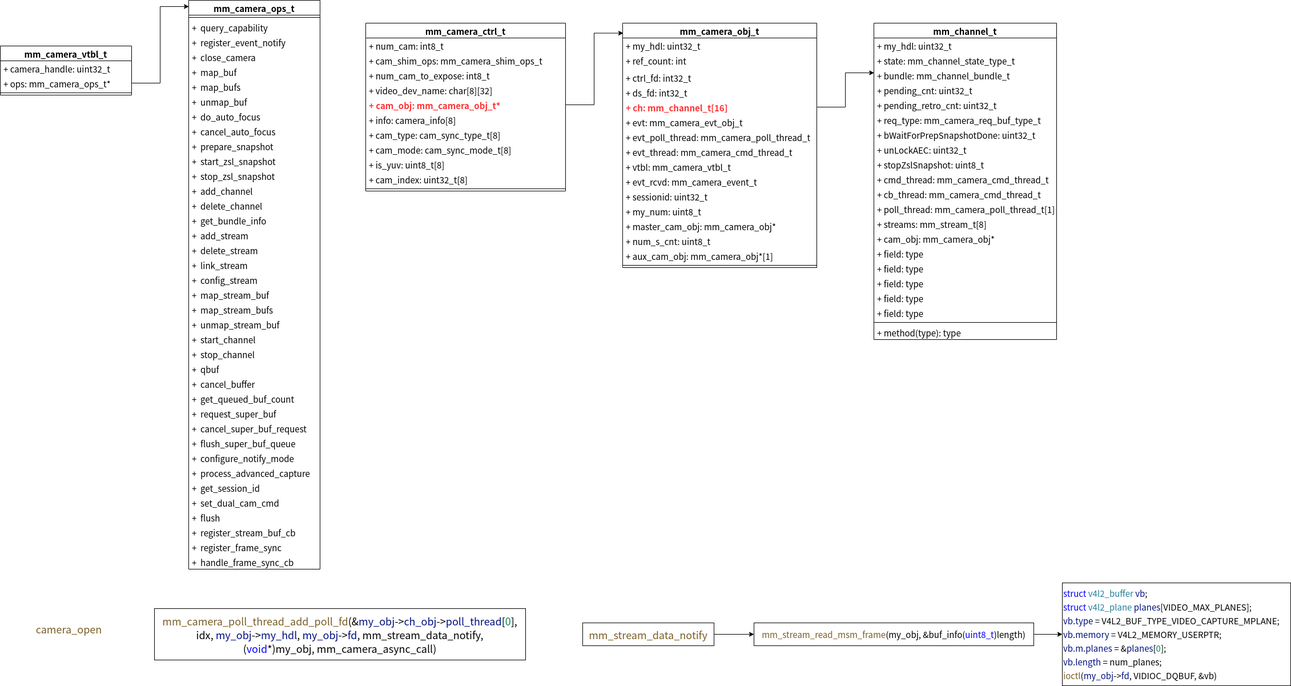
Above: qcom qcamera2.png in zhangmeizhen/test2 (draw.io), before the change. Source tidied: cells renumbered, new cells last; positions are measured from the earlier drawing's top-left corner, leaving out a move shared by most shapes.
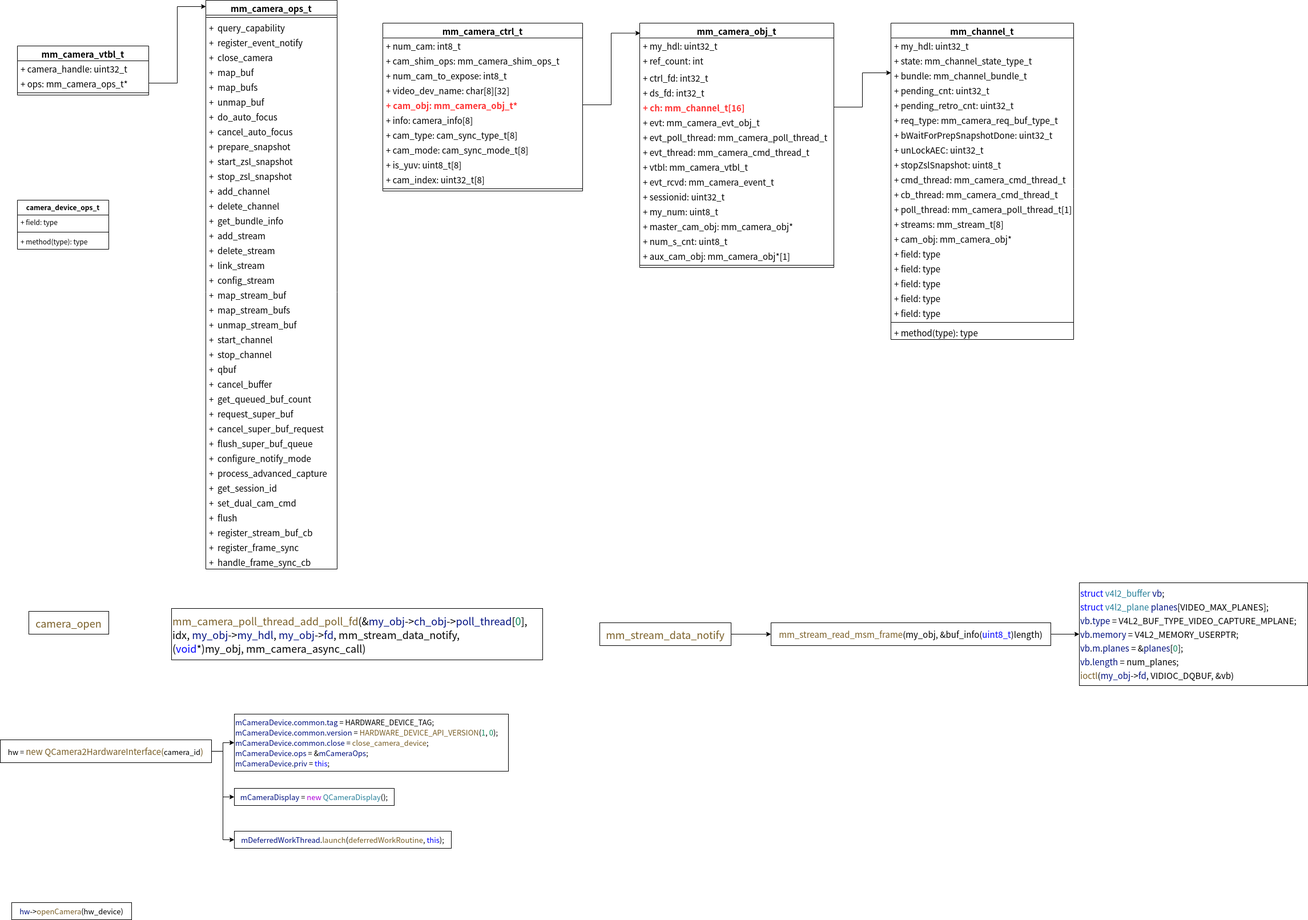
After the change.

What changed in the source:
```diff
@@ -11,7 +11,7 @@
     <mxCell id="4" value="&lt;div style=&quot;background-color: rgb(255, 255, 255); font-family: &amp;quot;Droid Sans Mono&amp;quot;, monospace, monospace, &amp;quot;Droid Sans Fallback&amp;quot;; font-size: 15px; line-height: 24px;&quot;&gt;&lt;div style=&quot;font-family: &amp;quot;Droid Sans Mono&amp;quot;, monospace, monospace, &amp;quot;Droid Sans Fallback&amp;quot;; line-height: 24px;&quot;&gt;&lt;div&gt;  &lt;span style=&quot;color: #0000ff;&quot;&gt;struct&lt;/span&gt; &lt;span style=&quot;color: #267f99;&quot;&gt;v4l2_buffer&lt;/span&gt; &lt;span style=&quot;color: #001080;&quot;&gt;vb&lt;/span&gt;;&lt;/div&gt;&lt;div&gt;    &lt;span style=&quot;color: #0000ff;&quot;&gt;struct&lt;/span&gt; &lt;span style=&quot;color: #267f99;&quot;&gt;v4l2_plane&lt;/span&gt; &lt;span style=&quot;color: #001080;&quot;&gt;planes&lt;/span&gt;[VIDEO_MAX_PLANES];&lt;/div&gt;&lt;div&gt;&lt;div style=&quot;font-family: &amp;quot;Droid Sans Mono&amp;quot;, monospace, monospace, &amp;quot;Droid Sans Fallback&amp;quot;; line-height: 24px;&quot;&gt;&lt;div&gt; &lt;span style=&quot;color: #001080;&quot;&gt;vb&lt;/span&gt;.&lt;span style=&quot;color: #001080;&quot;&gt;type&lt;/span&gt; = V4L2_BUF_TYPE_VIDEO_CAPTURE_MPLANE;&lt;/div&gt;&lt;div&gt;    &lt;span style=&quot;color: #001080;&quot;&gt;vb&lt;/span&gt;.&lt;span style=&quot;color: #001080;&quot;&gt;memory&lt;/span&gt; = V4L2_MEMORY_USERPTR;&lt;/div&gt;&lt;div&gt;    &lt;span style=&quot;color: #001080;&quot;&gt;vb&lt;/span&gt;.&lt;span style=&quot;color: #001080;&quot;&gt;m&lt;/span&gt;.&lt;span style=&quot;color: #001080;&quot;&gt;planes&lt;/span&gt; = &amp;amp;&lt;span style=&quot;color: #001080;&quot;&gt;planes&lt;/span&gt;[&lt;span style=&quot;color: #098658;&quot;&gt;0&lt;/span&gt;];&lt;/div&gt;&lt;div&gt;    &lt;span style=&quot;color: #001080;&quot;&gt;vb&lt;/span&gt;.&lt;span style=&quot;color: #001080;&quot;&gt;length&lt;/span&gt; = num_planes;&lt;/div&gt;&lt;div&gt;&lt;div style=&quot;font-family: &amp;quot;Droid Sans Mono&amp;quot;, monospace, monospace, &amp;quot;Droid Sans Fallback&amp;quot;; line-height: 24px;&quot;&gt;&lt;span style=&quot;color: #795e26;&quot;&gt;ioctl&lt;/span&gt;(&lt;span style=&quot;color: #001080;&quot;&gt;my_obj&lt;/span&gt;-&amp;gt;&lt;span style=&quot;color: #001080;&quot;&gt;fd&lt;/span&gt;, VIDIOC_DQBUF, &amp;amp;vb)&lt;/div&gt;&lt;/div&gt;&lt;/div&gt;&lt;/div&gt;&lt;/div&gt;&lt;/div&gt;" style="rounded=0;whiteSpace=wrap;html=1;align=left;" parent="1" vertex="1">
       <mxGeometry x="1860" y="1020" width="400" height="180" as="geometry" />
     </mxCell>
-    <mxCell id="5" value="&lt;div style=&quot;background-color: rgb(255, 255, 255); font-family: &amp;quot;Droid Sans Mono&amp;quot;, monospace, monospace, &amp;quot;Droid Sans Fallback&amp;quot;; font-size: 15px; line-height: 24px;&quot;&gt;&lt;div style=&quot;font-family: &amp;quot;Droid Sans Mono&amp;quot;, monospace, monospace, &amp;quot;Droid Sans Fallback&amp;quot;; font-size: 18px; line-height: 24px;&quot;&gt;&lt;div style=&quot;font-family: &amp;quot;Droid Sans Mono&amp;quot;, monospace, monospace, &amp;quot;Droid Sans Fallback&amp;quot;; line-height: 24px;&quot;&gt;&lt;div&gt;&lt;span style=&quot;color: #795e26;&quot;&gt;mm_camera_poll_thread_add_poll_fd&lt;/span&gt;(&amp;amp;&lt;span style=&quot;color: #001080;&quot;&gt;my_obj&lt;/span&gt;-&amp;gt;&lt;span style=&quot;color: #001080;&quot;&gt;ch_obj&lt;/span&gt;-&amp;gt;&lt;span style=&quot;color: #001080;&quot;&gt;poll_thread&lt;/span&gt;[&lt;span style=&quot;color: #098658;&quot;&gt;0&lt;/span&gt;],&lt;/div&gt;&lt;div&gt;                idx, &lt;span style=&quot;color: #001080;&quot;&gt;my_obj&lt;/span&gt;-&amp;gt;&lt;span style=&quot;color: #001080;&quot;&gt;my_hdl&lt;/span&gt;, &lt;span style=&quot;color: #001080;&quot;&gt;my_obj&lt;/span&gt;-&amp;gt;&lt;span style=&quot;color: #001080;&quot;&gt;fd&lt;/span&gt;, mm_stream_data_notify,&lt;/div&gt;&lt;div&gt;                (&lt;span style=&quot;color: #0000ff;&quot;&gt;void&lt;/span&gt;*)my_obj, mm_camera_async_call)&lt;/div&gt;&lt;/div&gt;&lt;/div&gt;&lt;/div&gt;" style="rounded=0;whiteSpace=wrap;html=1;" parent="1" vertex="1">
+    <mxCell id="5" value="&lt;div style=&quot;background-color: rgb(255, 255, 255); font-family: &amp;quot;Droid Sans Mono&amp;quot;, monospace, monospace, &amp;quot;Droid Sans Fallback&amp;quot;; font-size: 15px; line-height: 24px;&quot;&gt;&lt;div style=&quot;font-family: &amp;quot;Droid Sans Mono&amp;quot;, monospace, monospace, &amp;quot;Droid Sans Fallback&amp;quot;; font-size: 18px; line-height: 24px;&quot;&gt;&lt;div style=&quot;font-family: &amp;quot;Droid Sans Mono&amp;quot;, monospace, monospace, &amp;quot;Droid Sans Fallback&amp;quot;; line-height: 24px;&quot;&gt;&lt;div&gt;&lt;span style=&quot;color: #795e26;&quot;&gt;mm_camera_poll_thread_add_poll_fd&lt;/span&gt;(&amp;amp;&lt;span style=&quot;color: #001080;&quot;&gt;my_obj&lt;/span&gt;-&amp;gt;&lt;span style=&quot;color: #001080;&quot;&gt;ch_obj&lt;/span&gt;-&amp;gt;&lt;span style=&quot;color: #001080;&quot;&gt;poll_thread&lt;/span&gt;[&lt;span style=&quot;color: #098658;&quot;&gt;0&lt;/span&gt;],&lt;/div&gt;&lt;div&gt;                idx, &lt;span style=&quot;color: #001080;&quot;&gt;my_obj&lt;/span&gt;-&amp;gt;&lt;span style=&quot;color: #001080;&quot;&gt;my_hdl&lt;/span&gt;, &lt;span style=&quot;color: #001080;&quot;&gt;my_obj&lt;/span&gt;-&amp;gt;&lt;span style=&quot;color: #001080;&quot;&gt;fd&lt;/span&gt;, mm_stream_data_notify,&lt;/div&gt;&lt;div&gt;                (&lt;span style=&quot;color: #0000ff;&quot;&gt;void&lt;/span&gt;*)my_obj, mm_camera_async_call)&lt;/div&gt;&lt;/div&gt;&lt;/div&gt;&lt;/div&gt;" style="rounded=0;whiteSpace=wrap;html=1;align=left;" parent="1" vertex="1">
       <mxGeometry x="270" y="1065" width="650" height="90" as="geometry" />
     </mxCell>
     <mxCell id="6" style="edgeStyle=orthogonalEdgeStyle;rounded=0;jettySize=auto;html=1;entryX=0;entryY=0.5;entryDx=0;entryDy=0;fontSize=15;" parent="1" edge="1" source="7" target="3">
@@ -20,8 +20,8 @@
     <mxCell id="7" value="&lt;div style=&quot;background-color: rgb(255, 255, 255); font-family: &amp;quot;Droid Sans Mono&amp;quot;, monospace, monospace, &amp;quot;Droid Sans Fallback&amp;quot;; font-size: 15px; line-height: 24px;&quot;&gt;&lt;div style=&quot;font-family: &amp;quot;Droid Sans Mono&amp;quot;, monospace, monospace, &amp;quot;Droid Sans Fallback&amp;quot;; font-size: 18px; line-height: 24px;&quot;&gt;&lt;span style=&quot;color: #795e26;&quot;&gt;mm_stream_data_notify&lt;/span&gt;&lt;/div&gt;&lt;/div&gt;" style="rounded=0;whiteSpace=wrap;html=1;" parent="1" vertex="1">
       <mxGeometry x="1020" y="1090" width="230" height="40" as="geometry" />
     </mxCell>
-    <mxCell id="8" value="&lt;div style=&quot;background-color: rgb(255, 255, 255); font-family: &amp;quot;Droid Sans Mono&amp;quot;, monospace, monospace, &amp;quot;Droid Sans Fallback&amp;quot;; font-size: 18px; line-height: 24px;&quot;&gt;&lt;span style=&quot;color: #795e26;&quot;&gt;camera_open&lt;/span&gt;&lt;/div&gt;" style="text;html=1;align=center;verticalAlign=middle;strokeColor=none;fillColor=none;fontSize=15;" parent="1" vertex="1">
-      <mxGeometry x="50" y="1080" width="140" height="40" as="geometry" />
+    <mxCell id="8" value="&lt;div style=&quot;background-color: rgb(255, 255, 255); font-family: &amp;quot;Droid Sans Mono&amp;quot;, monospace, monospace, &amp;quot;Droid Sans Fallback&amp;quot;; font-size: 18px; line-height: 24px;&quot;&gt;&lt;br&gt;&lt;/div&gt;" style="text;html=1;align=center;verticalAlign=middle;strokeColor=none;fillColor=none;fontSize=15;" parent="1" vertex="1">
+      <mxGeometry x="110" y="1080" width="20" height="40" as="geometry" />
     </mxCell>
     <mxCell id="9" value="mm_camera_vtbl_t" style="swimlane;fontStyle=1;align=center;verticalAlign=top;horizontal=1;startSize=26;fontSize=15;" parent="1" vertex="1">
       <mxGeometry y="80" width="230" height="86" as="geometry" />
@@ -314,5 +314,47 @@
     <mxCell id="105" style="edgeStyle=orthogonalEdgeStyle;rounded=0;jettySize=auto;html=1;entryX=0.003;entryY=0.041;entryDx=0;entryDy=0;entryPerimeter=0;fontSize=15;fontColor=#000000;" parent="1" edge="1" source="98" target="53">
       <mxGeometry relative="1" as="geometry" />
     </mxCell>
+    <mxCell id="106" value="camera_device_ops_t" style="swimlane;fontStyle=1;align=center;verticalAlign=top;horizontal=1;startSize=26;" parent="1" vertex="1">
+      <mxGeometry y="350" width="160" height="86" as="geometry" />
+    </mxCell>
+    <mxCell id="107" value="+ field: type" style="text;strokeColor=none;fillColor=none;align=left;verticalAlign=top;spacingLeft=4;spacingRight=4;overflow=hidden;" parent="106" vertex="1">
+      <mxGeometry y="26" width="160" height="26" as="geometry" />
+    </mxCell>
+    <mxCell id="108" style="line;strokeWidth=1;fillColor=none;align=left;verticalAlign=middle;spacingTop=-1;spacingLeft=3;spacingRight=3;labelPosition=right;" parent="106" vertex="1">
+      <mxGeometry y="52" width="160" height="8" as="geometry" />
+    </mxCell>
+    <mxCell id="109" value="+ method(type): type" style="text;strokeColor=none;fillColor=none;align=left;verticalAlign=top;spacingLeft=4;spacingRight=4;overflow=hidden;" parent="106" vertex="1">
+      <mxGeometry y="60" width="160" height="26" as="geometry" />
+    </mxCell>
+    <mxCell id="110" value="&lt;div style=&quot;background-color: rgb(255, 255, 255); font-family: &amp;quot;Droid Sans Mono&amp;quot;, &amp;quot;monospace&amp;quot;, monospace, &amp;quot;Droid Sans Fallback&amp;quot;; line-height: 18px;&quot;&gt;&lt;br&gt;&lt;/div&gt;" style="text;html=1;align=center;verticalAlign=middle;strokeColor=none;fillColor=none;" parent="1" vertex="1">
+      <mxGeometry x="180" y="1350" width="20" height="30" as="geometry" />
+    </mxCell>
+    <mxCell id="111" value="&lt;div style=&quot;background-color: rgb(255, 255, 255); font-family: &amp;quot;Droid Sans Mono&amp;quot;, monospace, monospace, &amp;quot;Droid Sans Fallback&amp;quot;; font-size: 15px; line-height: 24px;&quot;&gt;&lt;div style=&quot;font-family: &amp;quot;Droid Sans Mono&amp;quot;, monospace, monospace, &amp;quot;Droid Sans Fallback&amp;quot;; font-size: 18px; line-height: 24px;&quot;&gt;&lt;div style=&quot;font-family: &amp;quot;Droid Sans Mono&amp;quot;, monospace, monospace, &amp;quot;Droid Sans Fallback&amp;quot;; line-height: 24px;&quot;&gt;&lt;div style=&quot;font-family: &amp;quot;Droid Sans Mono&amp;quot;, &amp;quot;monospace&amp;quot;, monospace, &amp;quot;Droid Sans Fallback&amp;quot;; font-size: 13px; line-height: 18px;&quot;&gt;&lt;div&gt; &lt;span style=&quot;color: #001080;&quot;&gt;mCameraDevice&lt;/span&gt;.&lt;span style=&quot;color: #001080;&quot;&gt;common&lt;/span&gt;.&lt;span style=&quot;color: #001080;&quot;&gt;tag&lt;/span&gt; = HARDWARE_DEVICE_TAG;&lt;/div&gt;&lt;div&gt;    &lt;span style=&quot;color: #001080;&quot;&gt;mCameraDevice&lt;/span&gt;.&lt;span style=&quot;color: #001080;&quot;&gt;common&lt;/span&gt;.&lt;span style=&quot;color: #001080;&quot;&gt;version&lt;/span&gt; = &lt;span style=&quot;color: #795e26;&quot;&gt;HARDWARE_DEVICE_API_VERSION&lt;/span&gt;(&lt;span style=&quot;color: #098658;&quot;&gt;1&lt;/span&gt;, &lt;span style=&quot;color: #098658;&quot;&gt;0&lt;/span&gt;);&lt;/div&gt;&lt;div&gt;    &lt;span style=&quot;color: #001080;&quot;&gt;mCameraDevice&lt;/span&gt;.&lt;span style=&quot;color: #001080;&quot;&gt;common&lt;/span&gt;.&lt;span style=&quot;color: #001080;&quot;&gt;close&lt;/span&gt; = &lt;span style=&quot;color: #795e26;&quot;&gt;close_camera_device&lt;/span&gt;;&lt;/div&gt;&lt;div&gt;    &lt;span style=&quot;color: #001080;&quot;&gt;mCameraDevice&lt;/span&gt;.&lt;span style=&quot;color: #001080;&quot;&gt;ops&lt;/span&gt; = &amp;amp;&lt;span style=&quot;color: #001080;&quot;&gt;mCameraOps&lt;/span&gt;;&lt;/div&gt;&lt;div&gt;    &lt;span style=&quot;color: #001080;&quot;&gt;mCameraDevice&lt;/span&gt;.&lt;span style=&quot;color: #001080;&quot;&gt;priv&lt;/span&gt; = &lt;span style=&quot;color: #0000ff;&quot;&gt;this&lt;/span&gt;;&lt;/div&gt;&lt;/div&gt;&lt;/div&gt;&lt;/div&gt;&lt;/div&gt;" style="rounded=0;whiteSpace=wrap;html=1;align=left;" parent="1" vertex="1">
+      <mxGeometry x="380" y="1250" width="480" height="100" as="geometry" />
+    </mxCell>
+    <mxCell id="112" style="edgeStyle=orthogonalEdgeStyle;rounded=0;jettySize=auto;html=1;fontSize=15;" parent="1" edge="1" source="115" target="111">
+      <mxGeometry relative="1" as="geometry" />
+    </mxCell>
+    <mxCell id="113" style="edgeStyle=orthogonalEdgeStyle;rounded=0;jettySize=auto;html=1;entryX=0;entryY=0.5;entryDx=0;entryDy=0;fontSize=15;" parent="1" edge="1" source="115" target="117">
+      <mxGeometry relative="1" as="geometry" />
+    </mxCell>
+    <mxCell id="114" style="edgeStyle=orthogonalEdgeStyle;rounded=0;jettySize=auto;html=1;entryX=0;entryY=0.5;entryDx=0;entryDy=0;fontSize=15;" parent="1" edge="1" source="115" target="118">
+      <mxGeometry relative="1" as="geometry" />
+    </mxCell>
+    <mxCell id="115" value="&lt;div style=&quot;background-color: rgb(255, 255, 255); font-family: &amp;quot;Droid Sans Mono&amp;quot;, monospace, monospace, &amp;quot;Droid Sans Fallback&amp;quot;; font-size: 15px; line-height: 24px;&quot;&gt;&lt;div style=&quot;font-family: &amp;quot;Droid Sans Mono&amp;quot;, monospace, monospace, &amp;quot;Droid Sans Fallback&amp;quot;; font-size: 18px; line-height: 24px;&quot;&gt;&lt;div style=&quot;font-family: &amp;quot;Droid Sans Mono&amp;quot;, monospace, monospace, &amp;quot;Droid Sans Fallback&amp;quot;; line-height: 24px;&quot;&gt;&lt;span style=&quot;font-family: &amp;quot;Droid Sans Mono&amp;quot;, &amp;quot;monospace&amp;quot;, monospace, &amp;quot;Droid Sans Fallback&amp;quot;; font-size: 13px;&quot;&gt;hw =&amp;nbsp;&lt;/span&gt;&lt;span style=&quot;color: rgb(121, 94, 38); font-family: &amp;quot;Droid Sans Mono&amp;quot;, &amp;quot;monospace&amp;quot;, monospace, &amp;quot;Droid Sans Fallback&amp;quot;; font-size: 15px;&quot;&gt;new QCamera2HardwareInterface(&lt;/span&gt;&lt;span style=&quot;font-family: &amp;quot;Droid Sans Mono&amp;quot;, &amp;quot;monospace&amp;quot;, monospace, &amp;quot;Droid Sans Fallback&amp;quot;; font-size: 13px;&quot;&gt;camera_id&lt;/span&gt;&lt;span style=&quot;color: rgb(121, 94, 38); font-family: &amp;quot;Droid Sans Mono&amp;quot;, &amp;quot;monospace&amp;quot;, monospace, &amp;quot;Droid Sans Fallback&amp;quot;; font-size: 15px;&quot;&gt;)&lt;/span&gt;&lt;/div&gt;&lt;/div&gt;&lt;/div&gt;" style="rounded=0;whiteSpace=wrap;html=1;" parent="1" vertex="1">
+      <mxGeometry x="-30" y="1295" width="370" height="40" as="geometry" />
+    </mxCell>
+    <mxCell id="116" value="&lt;div style=&quot;background-color: rgb(255, 255, 255); font-family: &amp;quot;Droid Sans Mono&amp;quot;, monospace, monospace, &amp;quot;Droid Sans Fallback&amp;quot;; font-size: 15px; line-height: 24px;&quot;&gt;&lt;div style=&quot;font-family: &amp;quot;Droid Sans Mono&amp;quot;, monospace, monospace, &amp;quot;Droid Sans Fallback&amp;quot;; font-size: 18px; line-height: 24px;&quot;&gt;&lt;div style=&quot;font-family: &amp;quot;Droid Sans Mono&amp;quot;, monospace, monospace, &amp;quot;Droid Sans Fallback&amp;quot;; line-height: 24px;&quot;&gt;&lt;span style=&quot;color: rgb(121, 94, 38);&quot;&gt;camera_open&lt;/span&gt;&lt;br&gt;&lt;/div&gt;&lt;/div&gt;&lt;/div&gt;" style="rounded=0;whiteSpace=wrap;html=1;" parent="1" vertex="1">
+      <mxGeometry x="20" y="1070" width="140" height="40" as="geometry" />
+    </mxCell>
+    <mxCell id="117" value="&lt;div style=&quot;background-color: rgb(255, 255, 255); font-family: &amp;quot;Droid Sans Mono&amp;quot;, monospace, monospace, &amp;quot;Droid Sans Fallback&amp;quot;; font-size: 15px; line-height: 24px;&quot;&gt;&lt;div style=&quot;font-family: &amp;quot;Droid Sans Mono&amp;quot;, monospace, monospace, &amp;quot;Droid Sans Fallback&amp;quot;; font-size: 18px; line-height: 24px;&quot;&gt;&lt;div style=&quot;font-family: &amp;quot;Droid Sans Mono&amp;quot;, monospace, monospace, &amp;quot;Droid Sans Fallback&amp;quot;; line-height: 24px;&quot;&gt;&lt;div style=&quot;font-family: &amp;quot;Droid Sans Mono&amp;quot;, &amp;quot;monospace&amp;quot;, monospace, &amp;quot;Droid Sans Fallback&amp;quot;; font-size: 13px; line-height: 18px;&quot;&gt;  &lt;span style=&quot;color: #001080;&quot;&gt;mCameraDisplay&lt;/span&gt; = &lt;span style=&quot;color: #af00db;&quot;&gt;new&lt;/span&gt; &lt;span style=&quot;color: #267f99;&quot;&gt;QCameraDisplay&lt;/span&gt;();&lt;/div&gt;&lt;/div&gt;&lt;/div&gt;&lt;/div&gt;" style="rounded=0;whiteSpace=wrap;html=1;" parent="1" vertex="1">
+      <mxGeometry x="380" y="1380" width="280" height="30" as="geometry" />
+    </mxCell>
+    <mxCell id="118" value="&lt;div style=&quot;background-color: rgb(255, 255, 255); font-family: &amp;quot;Droid Sans Mono&amp;quot;, monospace, monospace, &amp;quot;Droid Sans Fallback&amp;quot;; font-size: 15px; line-height: 24px;&quot;&gt;&lt;div style=&quot;font-family: &amp;quot;Droid Sans Mono&amp;quot;, monospace, monospace, &amp;quot;Droid Sans Fallback&amp;quot;; font-size: 18px; line-height: 24px;&quot;&gt;&lt;div style=&quot;font-family: &amp;quot;Droid Sans Mono&amp;quot;, monospace, monospace, &amp;quot;Droid Sans Fallback&amp;quot;; line-height: 24px;&quot;&gt;&lt;div style=&quot;font-family: &amp;quot;Droid Sans Mono&amp;quot;, &amp;quot;monospace&amp;quot;, monospace, &amp;quot;Droid Sans Fallback&amp;quot;; font-size: 13px; line-height: 18px;&quot;&gt;&lt;div style=&quot;line-height: 18px;&quot;&gt;&lt;span style=&quot;color: #001080;&quot;&gt;mDeferredWorkThread&lt;/span&gt;.&lt;span style=&quot;color: #795e26;&quot;&gt;launch&lt;/span&gt;(&lt;span style=&quot;color: #795e26;&quot;&gt;deferredWorkRoutine&lt;/span&gt;, &lt;span style=&quot;color: #0000ff;&quot;&gt;this&lt;/span&gt;);&lt;/div&gt;&lt;/div&gt;&lt;/div&gt;&lt;/div&gt;&lt;/div&gt;" style="rounded=0;whiteSpace=wrap;html=1;" parent="1" vertex="1">
+      <mxGeometry x="380" y="1455" width="380" height="30" as="geometry" />
+    </mxCell>
+    <mxCell id="119" value="&lt;div style=&quot;background-color: rgb(255, 255, 255); font-family: &amp;quot;Droid Sans Mono&amp;quot;, monospace, monospace, &amp;quot;Droid Sans Fallback&amp;quot;; font-size: 15px; line-height: 24px;&quot;&gt;&lt;div style=&quot;font-family: &amp;quot;Droid Sans Mono&amp;quot;, monospace, monospace, &amp;quot;Droid Sans Fallback&amp;quot;; font-size: 18px; line-height: 24px;&quot;&gt;&lt;div style=&quot;font-family: &amp;quot;Droid Sans Mono&amp;quot;, monospace, monospace, &amp;quot;Droid Sans Fallback&amp;quot;; line-height: 24px;&quot;&gt;&lt;div style=&quot;font-family: &amp;quot;Droid Sans Mono&amp;quot;, &amp;quot;monospace&amp;quot;, monospace, &amp;quot;Droid Sans Fallback&amp;quot;; font-size: 13px; line-height: 18px;&quot;&gt; &lt;span style=&quot;color: #001080;&quot;&gt;hw&lt;/span&gt;-&amp;gt;&lt;span style=&quot;color: #795e26;&quot;&gt;openCamera&lt;/span&gt;(hw_device)&lt;/div&gt;&lt;/div&gt;&lt;/div&gt;&lt;/div&gt;" style="rounded=0;whiteSpace=wrap;html=1;" parent="1" vertex="1">
+      <mxGeometry x="-10" y="1580" width="210" height="30" as="geometry" />
+    </mxCell>
   </root>
 </mxGraphModel>
```
